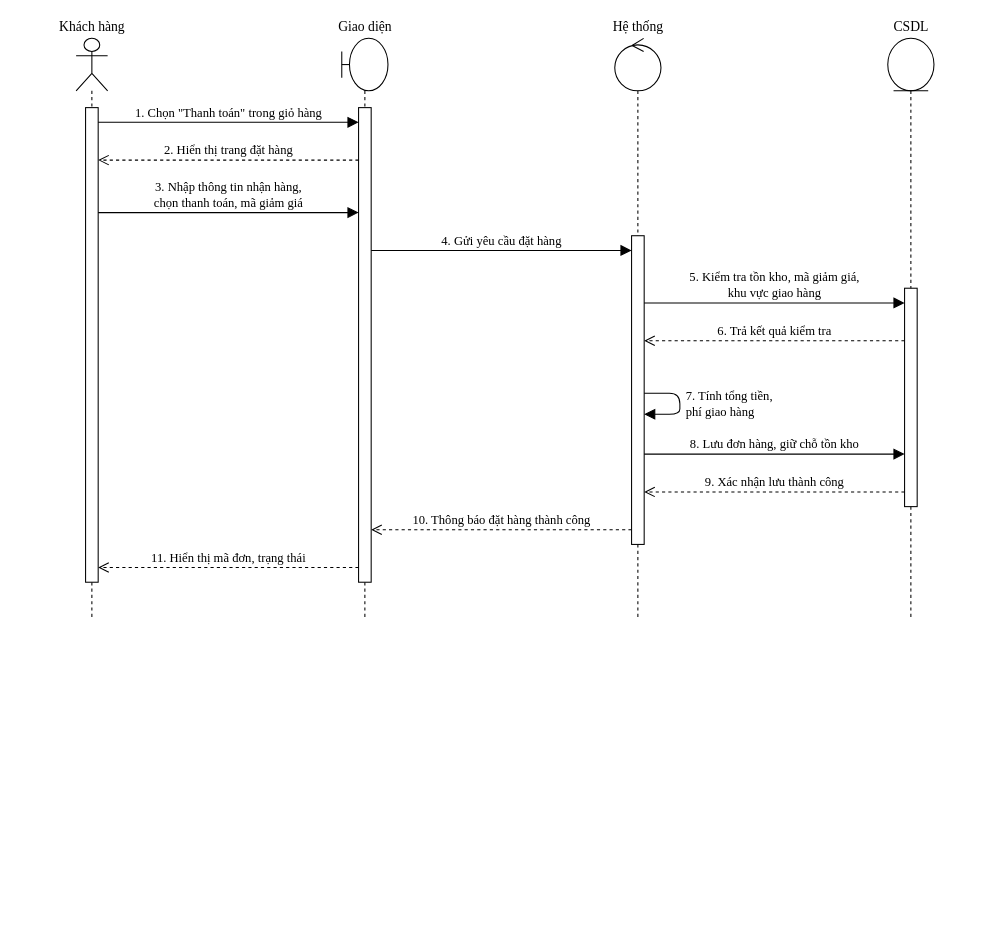
Above: page "Tuần tự - Đặt hàng" (2 of 10) of docs/drawio/tuan-tu-don-gian/tuan-tu-tat-ca.drawio in ngocanh82205/Hieuthuoc (draw.io), before the change. Source tidied: cells renumbered, new cells numbered last; positions are measured from the earlier drawing's top-left corner, leaving out a move shared by most shapes. Both pictures are drawn from the tidied source at 105%, with x=0, y=0 at pixel (76, 38).
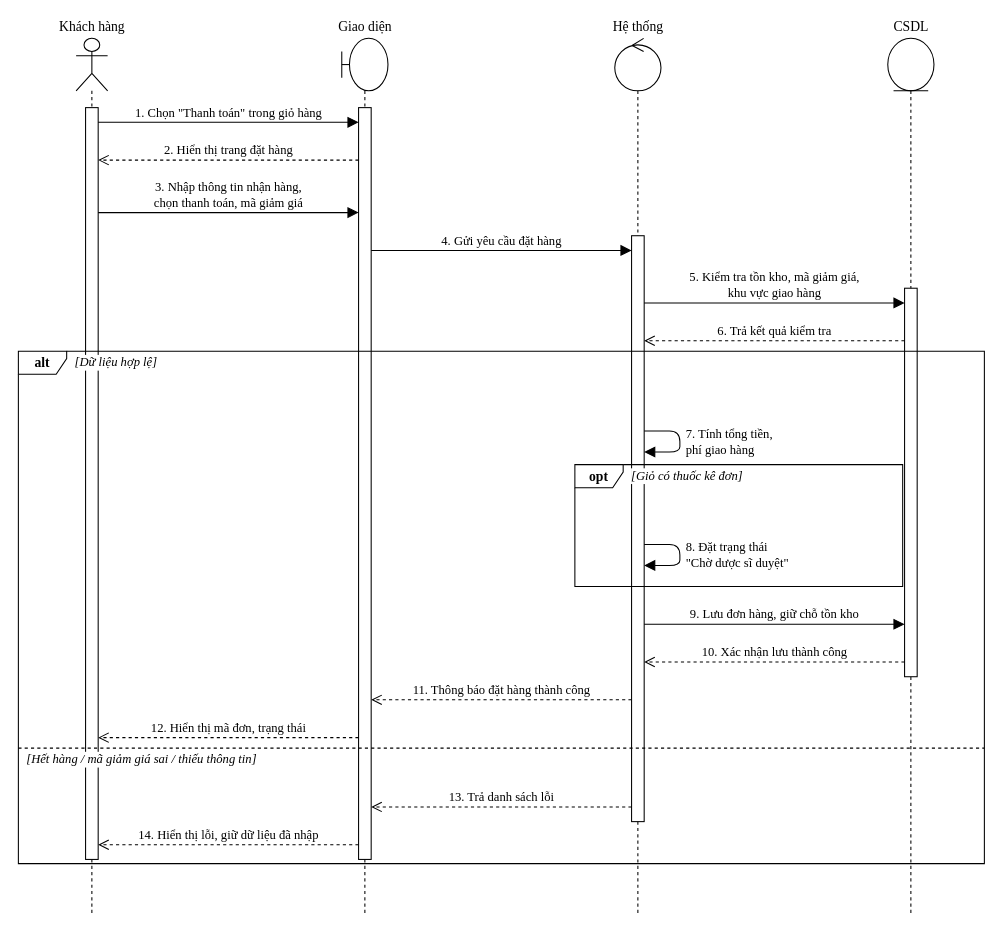
The same diagram, later.

Change to the diagram source:
```diff
@@
     <mxCell id="2" value="Khách hàng" style="shape=umlLifeline;perimeter=lifelinePerimeter;participant=umlActor;whiteSpace=nowrap;html=1;verticalAlign=bottom;labelPosition=center;verticalLabelPosition=top;align=center;size=50;fontFamily=Times New Roman;fontSize=13;fillColor=#ffffff;strokeColor=#000000;" parent="1" vertex="1">
-      <mxGeometry width="30" height="554" as="geometry" />
+      <mxGeometry width="30" height="836" as="geometry" />
     </mxCell>
     <mxCell id="3" value="Giao diện" style="shape=umlLifeline;perimeter=lifelinePerimeter;participant=umlBoundary;whiteSpace=nowrap;html=1;verticalAlign=bottom;labelPosition=center;verticalLabelPosition=top;align=center;size=50;fontFamily=Times New Roman;fontSize=13;fillColor=#ffffff;strokeColor=#000000;" parent="1" vertex="1">
-      <mxGeometry x="253" width="44" height="554" as="geometry" />
+      <mxGeometry x="253" width="44" height="836" as="geometry" />
     </mxCell>
     <mxCell id="4" value="Hệ thống" style="shape=umlLifeline;perimeter=lifelinePerimeter;participant=umlControl;whiteSpace=nowrap;html=1;verticalAlign=bottom;labelPosition=center;verticalLabelPosition=top;align=center;size=50;fontFamily=Times New Roman;fontSize=13;fillColor=#ffffff;strokeColor=#000000;" parent="1" vertex="1">
-      <mxGeometry x="513" width="44" height="554" as="geometry" />
+      <mxGeometry x="513" width="44" height="836" as="geometry" />
     </mxCell>
     <mxCell id="5" value="CSDL" style="shape=umlLifeline;perimeter=lifelinePerimeter;participant=umlEntity;whiteSpace=nowrap;html=1;verticalAlign=bottom;labelPosition=center;verticalLabelPosition=top;align=center;size=50;fontFamily=Times New Roman;fontSize=13;fillColor=#ffffff;strokeColor=#000000;" parent="1" vertex="1">
-      <mxGeometry x="773" width="44" height="554" as="geometry" />
+      <mxGeometry x="773" width="44" height="836" as="geometry" />
     </mxCell>
     <mxCell id="6" style="html=1;perimeter=orthogonalPerimeter;fillColor=#ffffff;strokeColor=#000000;" parent="1" vertex="1">
-      <mxGeometry x="9" y="66" width="12" height="452" as="geometry" />
+      <mxGeometry x="9" y="66" width="12" height="716" as="geometry" />
     </mxCell>
     <mxCell id="7" style="html=1;perimeter=orthogonalPerimeter;fillColor=#ffffff;strokeColor=#000000;" parent="1" vertex="1">
-      <mxGeometry x="269" y="66" width="12" height="452" as="geometry" />
+      <mxGeometry x="269" y="66" width="12" height="716" as="geometry" />
     </mxCell>
     <mxCell id="8" style="html=1;perimeter=orthogonalPerimeter;fillColor=#ffffff;strokeColor=#000000;" parent="1" vertex="1">
-      <mxGeometry x="529" y="188" width="12" height="294" as="geometry" />
+      <mxGeometry x="529" y="188" width="12" height="558" as="geometry" />
     </mxCell>
     <mxCell id="9" style="html=1;perimeter=orthogonalPerimeter;fillColor=#ffffff;strokeColor=#000000;" parent="1" vertex="1">
-      <mxGeometry x="789" y="238" width="12" height="208" as="geometry" />
+      <mxGeometry x="789" y="238" width="12" height="370" as="geometry" />
     </mxCell>
-    <mxCell id="10" value="1. Chọn &quot;Thanh toán&quot; trong giỏ hàng" style="html=1;verticalAlign=bottom;fontFamily=Times New Roman;fontSize=13;fontSize=12;strokeColor=#000000;labelBackgroundColor=#ffffff;endArrow=block;endFill=1;endSize=8;" parent="1" edge="1">
-      <mxGeometry relative="1" as="geometry">
-        <mxPoint x="21" y="80" as="sourcePoint" />
-        <mxPoint x="269" y="80" as="targetPoint" />
-      </mxGeometry>
-    </mxCell>
-    <mxCell id="11" value="2. Hiển thị trang đặt hàng" style="html=1;verticalAlign=bottom;fontFamily=Times New Roman;fontSize=13;fontSize=12;strokeColor=#000000;labelBackgroundColor=#ffffff;dashed=1;endArrow=open;endSize=8;" parent="1" edge="1">
-      <mxGeometry relative="1" as="geometry">
-        <mxPoint x="269" y="116" as="sourcePoint" />
-        <mxPoint x="21" y="116" as="targetPoint" />
-      </mxGeometry>
-    </mxCell>
-    <mxCell id="12" value="3. Nhập thông tin nhận hàng,&lt;br&gt;chọn thanh toán, mã giảm giá" style="html=1;verticalAlign=bottom;fontFamily=Times New Roman;fontSize=13;fontSize=12;strokeColor=#000000;labelBackgroundColor=#ffffff;endArrow=block;endFill=1;endSize=8;" parent="1" edge="1">
-      <mxGeometry relative="1" as="geometry">
-        <mxPoint x="21" y="166" as="sourcePoint" />
-        <mxPoint x="269" y="166" as="targetPoint" />
-      </mxGeometry>
-    </mxCell>
-    <mxCell id="13" value="4. Gửi yêu cầu đặt hàng" style="html=1;verticalAlign=bottom;fontFamily=Times New Roman;fontSize=13;fontSize=12;strokeColor=#000000;labelBackgroundColor=#ffffff;endArrow=block;endFill=1;endSize=8;" parent="1" edge="1">
-      <mxGeometry relative="1" as="geometry">
-        <mxPoint x="281" y="202" as="sourcePoint" />
-        <mxPoint x="529" y="202" as="targetPoint" />
-      </mxGeometry>
-    </mxCell>
+    <mxCell id="21" value="opt" style="shape=umlFrame;whiteSpace=wrap;html=1;width=46;height=22;fontStyle=1;fontFamily=Times New Roman;fontSize=13;strokeColor=#000000;fillColor=none;" parent="1" vertex="1">
+      <mxGeometry x="475" y="406" width="312.2" height="116" as="geometry" />
+    </mxCell>
+    <mxCell id="22" value="[Giỏ có thuốc kê đơn]" style="text;html=1;align=left;verticalAlign=middle;fontFamily=Times New Roman;fontSize=13;fontSize=12;fontStyle=2;labelBackgroundColor=#ffffff;" parent="1" vertex="1">
+      <mxGeometry x="527" y="407" width="168.2" height="20" as="geometry" />
+    </mxCell>
+    <mxCell id="23" value="alt" style="shape=umlFrame;whiteSpace=wrap;html=1;width=46;height=22;fontStyle=1;fontFamily=Times New Roman;fontSize=13;strokeColor=#000000;fillColor=none;" parent="1" vertex="1">
+      <mxGeometry x="-55" y="298" width="920" height="488" as="geometry" />
+    </mxCell>
+    <mxCell id="24" value="[Dữ liệu hợp lệ]" style="text;html=1;align=left;verticalAlign=middle;fontFamily=Times New Roman;fontSize=13;fontSize=12;fontStyle=2;labelBackgroundColor=#ffffff;" parent="1" vertex="1">
+      <mxGeometry x="-3" y="299" width="133.4" height="20" as="geometry" />
+    </mxCell>
-    <mxCell id="14" value="5. Kiểm tra tồn kho, mã giảm giá,&lt;br&gt;khu vực giao hàng" style="html=1;verticalAlign=bottom;fontFamily=Times New Roman;fontSize=13;fontSize=12;strokeColor=#000000;labelBackgroundColor=#ffffff;endArrow=block;endFill=1;endSize=8;" parent="1" edge="1">
+    <mxCell id="14" style="html=1;endArrow=none;dashed=1;strokeColor=#000000;" parent="1" edge="1">
       <mxGeometry relative="1" as="geometry">
-        <mxPoint x="541" y="252" as="sourcePoint" />
-        <mxPoint x="789" y="252" as="targetPoint" />
+        <mxPoint x="-55" y="676" as="sourcePoint" />
+        <mxPoint x="865" y="676" as="targetPoint" />
       </mxGeometry>
     </mxCell>
-    <mxCell id="15" value="6. Trả kết quả kiểm tra" style="html=1;verticalAlign=bottom;fontFamily=Times New Roman;fontSize=13;fontSize=12;strokeColor=#000000;labelBackgroundColor=#ffffff;dashed=1;endArrow=open;endSize=8;" parent="1" edge="1">
-      <mxGeometry relative="1" as="geometry">
-        <mxPoint x="789" y="288" as="sourcePoint" />
-        <mxPoint x="541" y="288" as="targetPoint" />
-      </mxGeometry>
-    </mxCell>
+    <mxCell id="25" value="[Hết hàng / mã giảm giá sai / thiếu thông tin]" style="text;html=1;align=left;verticalAlign=middle;fontFamily=Times New Roman;fontSize=13;fontSize=12;fontStyle=2;labelBackgroundColor=#ffffff;" parent="1" vertex="1">
+      <mxGeometry x="-49" y="677" width="342.2" height="20" as="geometry" />
+    </mxCell>
-    <mxCell id="16" value="7. Tính tổng tiền,&lt;br&gt;phí giao hàng" style="html=1;verticalAlign=middle;fontFamily=Times New Roman;fontSize=13;fontSize=12;strokeColor=#000000;labelBackgroundColor=#ffffff;endArrow=block;endFill=1;endSize=8;align=left;spacingLeft=4;" parent="1" edge="1">
+    <mxCell id="16" value="1. Chọn &quot;Thanh toán&quot; trong giỏ hàng" style="html=1;verticalAlign=bottom;fontFamily=Times New Roman;fontSize=13;fontSize=12;strokeColor=#000000;labelBackgroundColor=#ffffff;endArrow=block;endFill=1;endSize=8;" parent="1" edge="1">
       <mxGeometry relative="1" as="geometry">
-        <mxPoint x="541" y="338" as="sourcePoint" />
-        <mxPoint x="541" y="358" as="targetPoint" />
-        <Array as="points">
-          <mxPoint x="575" y="338" />
-          <mxPoint x="575" y="358" />
-        </Array>
+        <mxPoint x="21" y="80" as="sourcePoint" />
+        <mxPoint x="269" y="80" as="targetPoint" />
       </mxGeometry>
     </mxCell>
-    <mxCell id="17" value="8. Lưu đơn hàng, giữ chỗ tồn kho" style="html=1;verticalAlign=bottom;fontFamily=Times New Roman;fontSize=13;fontSize=12;strokeColor=#000000;labelBackgroundColor=#ffffff;endArrow=block;endFill=1;endSize=8;" parent="1" edge="1">
+    <mxCell id="17" value="2. Hiển thị trang đặt hàng" style="html=1;verticalAlign=bottom;fontFamily=Times New Roman;fontSize=13;fontSize=12;strokeColor=#000000;labelBackgroundColor=#ffffff;dashed=1;endArrow=open;endSize=8;" parent="1" edge="1">
       <mxGeometry relative="1" as="geometry">
-        <mxPoint x="541" y="396" as="sourcePoint" />
-        <mxPoint x="789" y="396" as="targetPoint" />
+        <mxPoint x="269" y="116" as="sourcePoint" />
+        <mxPoint x="21" y="116" as="targetPoint" />
       </mxGeometry>
     </mxCell>
-    <mxCell id="18" value="9. Xác nhận lưu thành công" style="html=1;verticalAlign=bottom;fontFamily=Times New Roman;fontSize=13;fontSize=12;strokeColor=#000000;labelBackgroundColor=#ffffff;dashed=1;endArrow=open;endSize=8;" parent="1" edge="1">
+    <mxCell id="18" value="3. Nhập thông tin nhận hàng,&lt;br&gt;chọn thanh toán, mã giảm giá" style="html=1;verticalAlign=bottom;fontFamily=Times New Roman;fontSize=13;fontSize=12;strokeColor=#000000;labelBackgroundColor=#ffffff;endArrow=block;endFill=1;endSize=8;" parent="1" edge="1">
       <mxGeometry relative="1" as="geometry">
-        <mxPoint x="789" y="432" as="sourcePoint" />
-        <mxPoint x="541" y="432" as="targetPoint" />
+        <mxPoint x="21" y="166" as="sourcePoint" />
+        <mxPoint x="269" y="166" as="targetPoint" />
       </mxGeometry>
     </mxCell>
-    <mxCell id="19" value="10. Thông báo đặt hàng thành công" style="html=1;verticalAlign=bottom;fontFamily=Times New Roman;fontSize=13;fontSize=12;strokeColor=#000000;labelBackgroundColor=#ffffff;dashed=1;endArrow=open;endSize=8;" parent="1" edge="1">
+    <mxCell id="19" value="4. Gửi yêu cầu đặt hàng" style="html=1;verticalAlign=bottom;fontFamily=Times New Roman;fontSize=13;fontSize=12;strokeColor=#000000;labelBackgroundColor=#ffffff;endArrow=block;endFill=1;endSize=8;" parent="1" edge="1">
       <mxGeometry relative="1" as="geometry">
-        <mxPoint x="529" y="468" as="sourcePoint" />
-        <mxPoint x="281" y="468" as="targetPoint" />
+        <mxPoint x="281" y="202" as="sourcePoint" />
+        <mxPoint x="529" y="202" as="targetPoint" />
       </mxGeometry>
     </mxCell>
-    <mxCell id="20" value="11. Hiển thị mã đơn, trạng thái" style="html=1;verticalAlign=bottom;fontFamily=Times New Roman;fontSize=13;fontSize=12;strokeColor=#000000;labelBackgroundColor=#ffffff;dashed=1;endArrow=open;endSize=8;" parent="1" edge="1">
+    <mxCell id="20" value="5. Kiểm tra tồn kho, mã giảm giá,&lt;br&gt;khu vực giao hàng" style="html=1;verticalAlign=bottom;fontFamily=Times New Roman;fontSize=13;fontSize=12;strokeColor=#000000;labelBackgroundColor=#ffffff;endArrow=block;endFill=1;endSize=8;" parent="1" edge="1">
       <mxGeometry relative="1" as="geometry">
-        <mxPoint x="269" y="504" as="sourcePoint" />
-        <mxPoint x="21" y="504" as="targetPoint" />
+        <mxPoint x="541" y="252" as="sourcePoint" />
+        <mxPoint x="789" y="252" as="targetPoint" />
       </mxGeometry>
     </mxCell>
+    <mxCell id="15" value="6. Trả kết quả kiểm tra" style="html=1;verticalAlign=bottom;fontFamily=Times New Roman;fontSize=13;fontSize=12;strokeColor=#000000;labelBackgroundColor=#ffffff;dashed=1;endArrow=open;endSize=8;" parent="1" edge="1">
+      <mxGeometry relative="1" as="geometry">
+        <mxPoint x="789" y="288" as="sourcePoint" />
+        <mxPoint x="541" y="288" as="targetPoint" />
+      </mxGeometry>
+    </mxCell>
+    <mxCell id="26" value="7. Tính tổng tiền,&lt;br&gt;phí giao hàng" style="html=1;verticalAlign=middle;fontFamily=Times New Roman;fontSize=13;fontSize=12;strokeColor=#000000;labelBackgroundColor=#ffffff;endArrow=block;endFill=1;endSize=8;align=left;spacingLeft=4;" parent="1" edge="1">
+      <mxGeometry relative="1" as="geometry">
+        <mxPoint x="541" y="374" as="sourcePoint" />
+        <mxPoint x="541" y="394" as="targetPoint" />
+        <Array as="points">
+          <mxPoint x="575" y="374" />
+          <mxPoint x="575" y="394" />
+        </Array>
+      </mxGeometry>
+    </mxCell>
+    <mxCell id="27" value="8. Đặt trạng thái&lt;br&gt;&quot;Chờ dược sĩ duyệt&quot;" style="html=1;verticalAlign=middle;fontFamily=Times New Roman;fontSize=13;fontSize=12;strokeColor=#000000;labelBackgroundColor=#ffffff;endArrow=block;endFill=1;endSize=8;align=left;spacingLeft=4;" parent="1" edge="1">
+      <mxGeometry relative="1" as="geometry">
+        <mxPoint x="541" y="482" as="sourcePoint" />
+        <mxPoint x="541" y="502" as="targetPoint" />
+        <Array as="points">
+          <mxPoint x="575" y="482" />
+          <mxPoint x="575" y="502" />
+        </Array>
+      </mxGeometry>
+    </mxCell>
+    <mxCell id="28" value="9. Lưu đơn hàng, giữ chỗ tồn kho" style="html=1;verticalAlign=bottom;fontFamily=Times New Roman;fontSize=13;fontSize=12;strokeColor=#000000;labelBackgroundColor=#ffffff;endArrow=block;endFill=1;endSize=8;" parent="1" edge="1">
+      <mxGeometry relative="1" as="geometry">
+        <mxPoint x="541" y="558" as="sourcePoint" />
+        <mxPoint x="789" y="558" as="targetPoint" />
+      </mxGeometry>
+    </mxCell>
+    <mxCell id="29" value="10. Xác nhận lưu thành công" style="html=1;verticalAlign=bottom;fontFamily=Times New Roman;fontSize=13;fontSize=12;strokeColor=#000000;labelBackgroundColor=#ffffff;dashed=1;endArrow=open;endSize=8;" parent="1" edge="1">
+      <mxGeometry relative="1" as="geometry">
+        <mxPoint x="789" y="594" as="sourcePoint" />
+        <mxPoint x="541" y="594" as="targetPoint" />
+      </mxGeometry>
+    </mxCell>
+    <mxCell id="30" value="11. Thông báo đặt hàng thành công" style="html=1;verticalAlign=bottom;fontFamily=Times New Roman;fontSize=13;fontSize=12;strokeColor=#000000;labelBackgroundColor=#ffffff;dashed=1;endArrow=open;endSize=8;" parent="1" edge="1">
+      <mxGeometry relative="1" as="geometry">
+        <mxPoint x="529" y="630" as="sourcePoint" />
+        <mxPoint x="281" y="630" as="targetPoint" />
+      </mxGeometry>
+    </mxCell>
+    <mxCell id="31" value="12. Hiển thị mã đơn, trạng thái" style="html=1;verticalAlign=bottom;fontFamily=Times New Roman;fontSize=13;fontSize=12;strokeColor=#000000;labelBackgroundColor=#ffffff;dashed=1;endArrow=open;endSize=8;" parent="1" edge="1">
+      <mxGeometry relative="1" as="geometry">
+        <mxPoint x="269" y="666" as="sourcePoint" />
+        <mxPoint x="21" y="666" as="targetPoint" />
+      </mxGeometry>
+    </mxCell>
+    <mxCell id="32" value="13. Trả danh sách lỗi" style="html=1;verticalAlign=bottom;fontFamily=Times New Roman;fontSize=13;fontSize=12;strokeColor=#000000;labelBackgroundColor=#ffffff;dashed=1;endArrow=open;endSize=8;" parent="1" edge="1">
+      <mxGeometry relative="1" as="geometry">
+        <mxPoint x="529" y="732" as="sourcePoint" />
+        <mxPoint x="281" y="732" as="targetPoint" />
+      </mxGeometry>
+    </mxCell>
+    <mxCell id="33" value="14. Hiển thị lỗi, giữ dữ liệu đã nhập" style="html=1;verticalAlign=bottom;fontFamily=Times New Roman;fontSize=13;fontSize=12;strokeColor=#000000;labelBackgroundColor=#ffffff;dashed=1;endArrow=open;endSize=8;" parent="1" edge="1">
+      <mxGeometry relative="1" as="geometry">
+        <mxPoint x="269" y="768" as="sourcePoint" />
+        <mxPoint x="21" y="768" as="targetPoint" />
+      </mxGeometry>
+    </mxCell>
```
